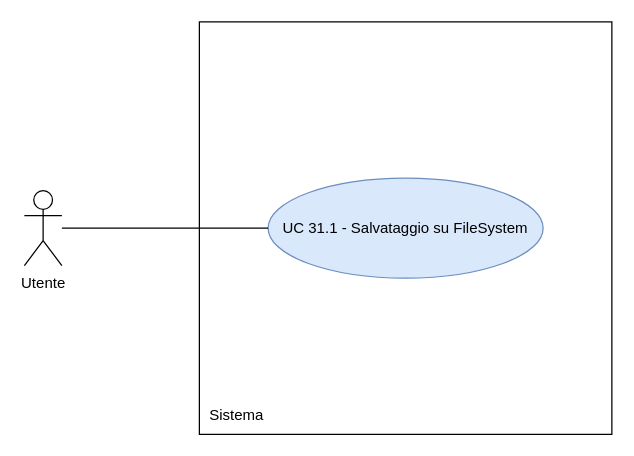
Before: RTB/doc_esterna/analisi-dei-requisiti/assets/draw.io/UC31.1.drawio in thebitless-group-swe/thebitless.github.io, a draw.io diagram. Source tidied: cells renumbered, new cells numbered last; positions are measured from the earlier drawing's top-left corner, leaving out a move shared by most shapes. Both pictures are drawn from the tidied source at 125%, with x=0, y=0 at pixel (24, 21).
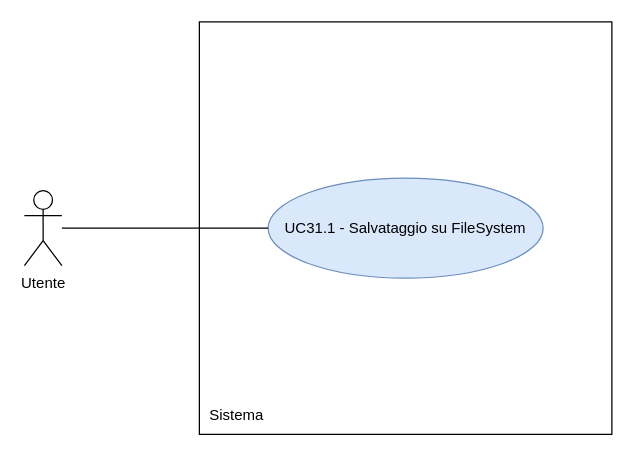
The same page after the edit.

Diff of the diagram source:
```diff
@@
 <mxGraphModel>
   <root>
     <mxCell id="0" />
     <mxCell id="1" parent="0" />
     <mxCell id="2" value="Utente" style="shape=umlActor;verticalLabelPosition=bottom;verticalAlign=top;html=1;outlineConnect=0;" parent="1" vertex="1">
       <mxGeometry y="135" width="30" height="60" as="geometry" />
     </mxCell>
     <mxCell id="3" style="whiteSpace=wrap;html=1;" parent="1" vertex="1">
       <mxGeometry x="140" width="330" height="330" as="geometry" />
     </mxCell>
     <mxCell id="4" value="Sistema" style="text;html=1;whiteSpace=wrap;strokeColor=none;fillColor=none;align=center;verticalAlign=middle;rounded=0;" parent="1" vertex="1">
       <mxGeometry x="140" y="300" width="60" height="30" as="geometry" />
     </mxCell>
-    <mxCell id="5" value="UC 31.1 - Salvataggio su FileSystem" style="ellipse;whiteSpace=wrap;html=1;fillColor=#dae8fc;strokeColor=#6c8ebf;" parent="1" vertex="1">
+    <mxCell id="5" value="UC31.1 - Salvataggio su FileSystem" style="ellipse;whiteSpace=wrap;html=1;fillColor=#dae8fc;strokeColor=#6c8ebf;" parent="1" vertex="1">
       <mxGeometry x="195" y="125" width="220" height="80" as="geometry" />
     </mxCell>
     <mxCell id="6" style="edgeStyle=none;rounded=0;jettySize=auto;html=1;endArrow=none;endFill=0;" parent="1" edge="1" source="2" target="5">
       <mxGeometry relative="1" as="geometry" />
     </mxCell>
   </root>
 </mxGraphModel>
```
